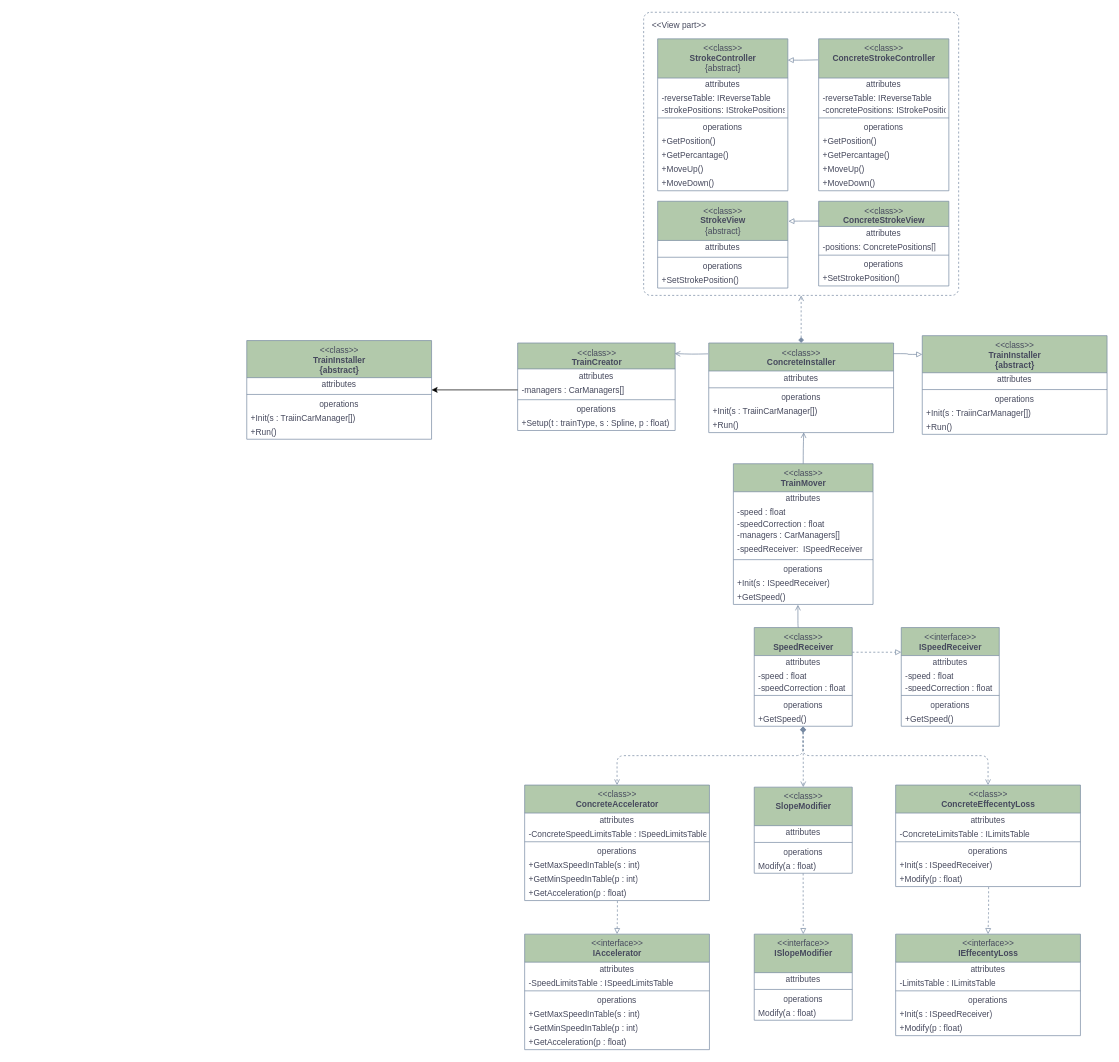
Earlier version of the draw.io diagram UML1.drawio (Artemor31/Files). Source tidied: cells renumbered, new cells numbered last; positions are measured from the earlier drawing's top-left corner, leaving out a move shared by most shapes. Both pictures are drawn from the tidied source at 70%, with x=0, y=0 at pixel (246, 12).
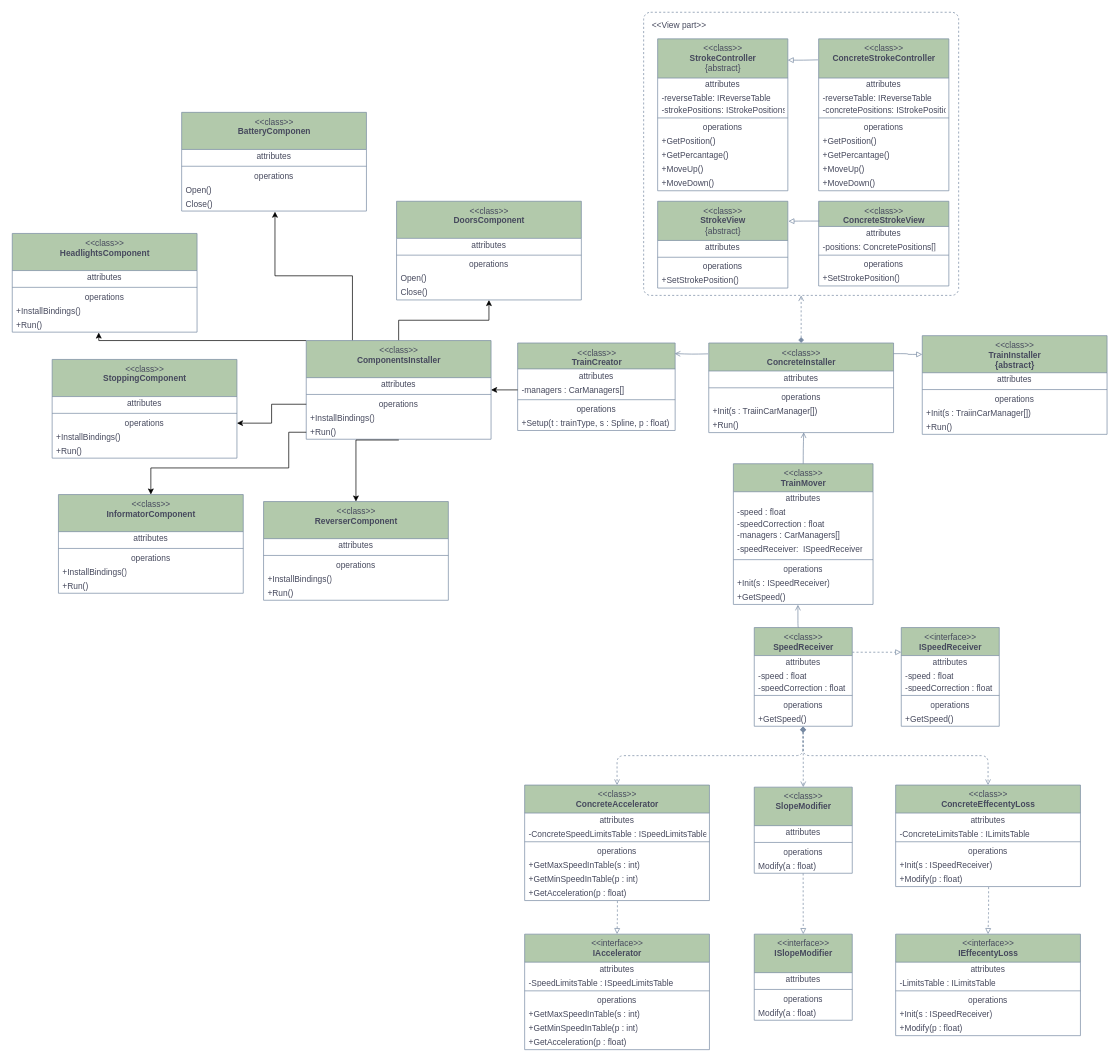
Above is the later version.

The change refers to these unchanged cells:
```xml
<mxCell id="133" value="operations" style="text;html=1;strokeColor=none;fillColor=none;align=center;verticalAlign=middle;spacingLeft=4;spacingRight=4;overflow=hidden;points=[[0,0.5],[1,0.5]];portConstraint=eastwest;fontColor=#46495D;" parent="130" vertex="1">
  <mxGeometry y="81" width="264" height="20" as="geometry" />
</mxCell>
<mxCell id="135" value="+Run()" style="text;html=1;strokeColor=none;fillColor=none;align=left;verticalAlign=middle;spacingLeft=4;spacingRight=4;overflow=hidden;points=[[0,0.5],[1,0.5]];portConstraint=eastwest;fontColor=#46495D;" parent="130" vertex="1">
  <mxGeometry y="121" width="264" height="20" as="geometry" />
</mxCell>
```

Diff of the diagram source:
```diff
@@
+    <mxCell id="137" style="edgeStyle=orthogonalEdgeStyle;rounded=0;jettySize=auto;html=1;exitX=0.5;exitY=0;exitDx=0;exitDy=0;entryX=0.5;entryY=1;entryDx=0;entryDy=0;" parent="1" edge="1" source="130" target="140">
+      <mxGeometry relative="1" as="geometry" />
+    </mxCell>
+    <mxCell id="138" style="edgeStyle=orthogonalEdgeStyle;rounded=0;jettySize=auto;html=1;exitX=0;exitY=0;exitDx=0;exitDy=0;entryX=0.468;entryY=1.026;entryDx=0;entryDy=0;entryPerimeter=0;" parent="1" edge="1" source="130" target="151">
+      <mxGeometry relative="1" as="geometry">
+        <Array as="points">
+          <mxPoint x="-211" y="469" />
+        </Array>
+      </mxGeometry>
+    </mxCell>
+    <mxCell id="139" style="edgeStyle=orthogonalEdgeStyle;rounded=0;jettySize=auto;html=1;exitX=0.25;exitY=0;exitDx=0;exitDy=0;entryX=0.505;entryY=1.043;entryDx=0;entryDy=0;entryPerimeter=0;" parent="1" edge="1" source="130" target="178">
+      <mxGeometry relative="1" as="geometry" />
+    </mxCell>
-    <mxCell id="130" value="&amp;lt;&amp;lt;class&amp;gt;&amp;gt;&lt;br&gt;&lt;b&gt;TrainInstaller&lt;br&gt;{abstract}&lt;br&gt;&lt;/b&gt;" style="swimlane;fontStyle=0;align=center;verticalAlign=top;horizontal=1;startSize=53;html=1;fillColor=#B2C9AB;strokeColor=#788AA3;fontColor=#46495D;" parent="1" vertex="1">
-      <mxGeometry y="469" width="264" height="141" as="geometry" />
+    <mxCell id="130" value="&amp;lt;&amp;lt;class&amp;gt;&amp;gt;&lt;br&gt;&lt;b&gt;ComponentsInstaller&lt;br&gt;&lt;/b&gt;" style="swimlane;fontStyle=0;align=center;verticalAlign=top;horizontal=1;startSize=53;html=1;fillColor=#B2C9AB;strokeColor=#788AA3;fontColor=#46495D;" parent="1" vertex="1">
+      <mxGeometry x="85" y="469" width="264" height="141" as="geometry" />
     </mxCell>
@@
-    <mxCell id="134" value="+Init(s : TraiinCarManager[])" style="text;html=1;strokeColor=none;fillColor=none;align=left;verticalAlign=middle;spacingLeft=4;spacingRight=4;overflow=hidden;fontColor=#46495D;" parent="130" vertex="1">
+    <mxCell id="134" value="+InstallBindings()" style="text;html=1;strokeColor=none;fillColor=none;align=left;verticalAlign=middle;spacingLeft=4;spacingRight=4;overflow=hidden;fontColor=#46495D;" parent="130" vertex="1">
       <mxGeometry y="101" width="264" height="20" as="geometry" />
     </mxCell>
@@
+    <mxCell id="140" value="&amp;lt;&amp;lt;class&amp;gt;&amp;gt;&lt;br&gt;&lt;b&gt;DoorsComponent&lt;br&gt;&lt;/b&gt;" style="swimlane;fontStyle=0;align=center;verticalAlign=top;horizontal=1;startSize=53;html=1;fillColor=#B2C9AB;strokeColor=#788AA3;fontColor=#46495D;" parent="1" vertex="1">
+      <mxGeometry x="214" y="270" width="264" height="141" as="geometry" />
+    </mxCell>
+    <mxCell id="141" value="attributes" style="text;html=1;strokeColor=none;fillColor=none;align=center;verticalAlign=middle;spacingLeft=4;spacingRight=4;overflow=hidden;fontColor=#46495D;" parent="140" vertex="1">
+      <mxGeometry y="53" width="264" height="20" as="geometry" />
+    </mxCell>
+    <mxCell id="142" style="line;strokeWidth=1;fillColor=none;align=left;verticalAlign=middle;spacingTop=-1;spacingLeft=3;spacingRight=3;labelPosition=right;strokeColor=#788AA3;fontColor=#46495D;" parent="140" vertex="1">
+      <mxGeometry y="73" width="264" height="8" as="geometry" />
+    </mxCell>
+    <mxCell id="143" value="operations" style="text;html=1;strokeColor=none;fillColor=none;align=center;verticalAlign=middle;spacingLeft=4;spacingRight=4;overflow=hidden;fontColor=#46495D;" parent="140" vertex="1">
+      <mxGeometry y="81" width="264" height="20" as="geometry" />
+    </mxCell>
+    <mxCell id="144" value="Open()&lt;span style=&quot;white-space: pre;&quot;&gt;&#9;&lt;/span&gt;" style="text;html=1;strokeColor=none;fillColor=none;align=left;verticalAlign=middle;spacingLeft=4;spacingRight=4;overflow=hidden;fontColor=#46495D;" parent="140" vertex="1">
+      <mxGeometry y="101" width="264" height="20" as="geometry" />
+    </mxCell>
+    <mxCell id="145" value="Close()" style="text;html=1;strokeColor=none;fillColor=none;align=left;verticalAlign=middle;spacingLeft=4;spacingRight=4;overflow=hidden;fontColor=#46495D;" parent="140" vertex="1">
+      <mxGeometry y="121" width="264" height="20" as="geometry" />
+    </mxCell>
+    <mxCell id="146" value="&amp;lt;&amp;lt;class&amp;gt;&amp;gt;&lt;br&gt;&lt;b&gt;HeadlightsComponent&lt;br&gt;&lt;/b&gt;" style="swimlane;fontStyle=0;align=center;verticalAlign=top;horizontal=1;startSize=53;html=1;fillColor=#B2C9AB;strokeColor=#788AA3;fontColor=#46495D;" parent="1" vertex="1">
+      <mxGeometry x="-335" y="316" width="264" height="141" as="geometry" />
+    </mxCell>
+    <mxCell id="147" value="attributes" style="text;html=1;strokeColor=none;fillColor=none;align=center;verticalAlign=middle;spacingLeft=4;spacingRight=4;overflow=hidden;fontColor=#46495D;" parent="146" vertex="1">
+      <mxGeometry y="53" width="264" height="20" as="geometry" />
+    </mxCell>
+    <mxCell id="148" style="line;strokeWidth=1;fillColor=none;align=left;verticalAlign=middle;spacingTop=-1;spacingLeft=3;spacingRight=3;labelPosition=right;strokeColor=#788AA3;fontColor=#46495D;" parent="146" vertex="1">
+      <mxGeometry y="73" width="264" height="8" as="geometry" />
+    </mxCell>
+    <mxCell id="149" value="operations" style="text;html=1;strokeColor=none;fillColor=none;align=center;verticalAlign=middle;spacingLeft=4;spacingRight=4;overflow=hidden;fontColor=#46495D;" parent="146" vertex="1">
+      <mxGeometry y="81" width="264" height="20" as="geometry" />
+    </mxCell>
+    <mxCell id="150" value="+InstallBindings()" style="text;html=1;strokeColor=none;fillColor=none;align=left;verticalAlign=middle;spacingLeft=4;spacingRight=4;overflow=hidden;fontColor=#46495D;" parent="146" vertex="1">
+      <mxGeometry y="101" width="264" height="20" as="geometry" />
+    </mxCell>
+    <mxCell id="151" value="+Run()" style="text;html=1;strokeColor=none;fillColor=none;align=left;verticalAlign=middle;spacingLeft=4;spacingRight=4;overflow=hidden;points=[[0,0.5],[1,0.5]];portConstraint=eastwest;fontColor=#46495D;" parent="146" vertex="1">
+      <mxGeometry y="121" width="264" height="20" as="geometry" />
+    </mxCell>
+    <mxCell id="152" value="&amp;lt;&amp;lt;class&amp;gt;&amp;gt;&lt;br&gt;&lt;b&gt;StoppingComponent&lt;br&gt;&lt;/b&gt;" style="swimlane;fontStyle=0;align=center;verticalAlign=top;horizontal=1;startSize=53;html=1;fillColor=#B2C9AB;strokeColor=#788AA3;fontColor=#46495D;" parent="1" vertex="1">
+      <mxGeometry x="-278" y="496" width="264" height="141" as="geometry" />
+    </mxCell>
+    <mxCell id="153" value="attributes" style="text;html=1;strokeColor=none;fillColor=none;align=center;verticalAlign=middle;spacingLeft=4;spacingRight=4;overflow=hidden;fontColor=#46495D;" parent="152" vertex="1">
+      <mxGeometry y="53" width="264" height="20" as="geometry" />
+    </mxCell>
+    <mxCell id="154" style="line;strokeWidth=1;fillColor=none;align=left;verticalAlign=middle;spacingTop=-1;spacingLeft=3;spacingRight=3;labelPosition=right;strokeColor=#788AA3;fontColor=#46495D;" parent="152" vertex="1">
+      <mxGeometry y="73" width="264" height="8" as="geometry" />
+    </mxCell>
+    <mxCell id="155" value="operations" style="text;html=1;strokeColor=none;fillColor=none;align=center;verticalAlign=middle;spacingLeft=4;spacingRight=4;overflow=hidden;points=[[0,0.5],[1,0.5]];portConstraint=eastwest;fontColor=#46495D;" parent="152" vertex="1">
+      <mxGeometry y="81" width="264" height="20" as="geometry" />
+    </mxCell>
+    <mxCell id="156" value="+InstallBindings()" style="text;html=1;strokeColor=none;fillColor=none;align=left;verticalAlign=middle;spacingLeft=4;spacingRight=4;overflow=hidden;fontColor=#46495D;" parent="152" vertex="1">
+      <mxGeometry y="101" width="264" height="20" as="geometry" />
+    </mxCell>
+    <mxCell id="157" value="+Run()" style="text;html=1;strokeColor=none;fillColor=none;align=left;verticalAlign=middle;spacingLeft=4;spacingRight=4;overflow=hidden;fontColor=#46495D;" parent="152" vertex="1">
+      <mxGeometry y="121" width="264" height="20" as="geometry" />
+    </mxCell>
+    <mxCell id="158" value="&amp;lt;&amp;lt;class&amp;gt;&amp;gt;&lt;br&gt;&lt;b&gt;ReverserComponent&lt;br&gt;&lt;/b&gt;" style="swimlane;fontStyle=0;align=center;verticalAlign=top;horizontal=1;startSize=53;html=1;fillColor=#B2C9AB;strokeColor=#788AA3;fontColor=#46495D;" parent="1" vertex="1">
+      <mxGeometry x="24" y="699" width="264" height="141" as="geometry" />
+    </mxCell>
+    <mxCell id="159" value="attributes" style="text;html=1;strokeColor=none;fillColor=none;align=center;verticalAlign=middle;spacingLeft=4;spacingRight=4;overflow=hidden;fontColor=#46495D;" parent="158" vertex="1">
+      <mxGeometry y="53" width="264" height="20" as="geometry" />
+    </mxCell>
+    <mxCell id="160" style="line;strokeWidth=1;fillColor=none;align=left;verticalAlign=middle;spacingTop=-1;spacingLeft=3;spacingRight=3;labelPosition=right;strokeColor=#788AA3;fontColor=#46495D;" parent="158" vertex="1">
+      <mxGeometry y="73" width="264" height="8" as="geometry" />
+    </mxCell>
+    <mxCell id="161" value="operations" style="text;html=1;strokeColor=none;fillColor=none;align=center;verticalAlign=middle;spacingLeft=4;spacingRight=4;overflow=hidden;fontColor=#46495D;" parent="158" vertex="1">
+      <mxGeometry y="81" width="264" height="20" as="geometry" />
+    </mxCell>
+    <mxCell id="162" value="+InstallBindings()" style="text;html=1;strokeColor=none;fillColor=none;align=left;verticalAlign=middle;spacingLeft=4;spacingRight=4;overflow=hidden;fontColor=#46495D;" parent="158" vertex="1">
+      <mxGeometry y="101" width="264" height="20" as="geometry" />
+    </mxCell>
+    <mxCell id="163" value="+Run()" style="text;html=1;strokeColor=none;fillColor=none;align=left;verticalAlign=middle;spacingLeft=4;spacingRight=4;overflow=hidden;fontColor=#46495D;" parent="158" vertex="1">
+      <mxGeometry y="121" width="264" height="20" as="geometry" />
+    </mxCell>
+    <mxCell id="164" style="edgeStyle=orthogonalEdgeStyle;rounded=0;jettySize=auto;html=1;exitX=0;exitY=0.5;exitDx=0;exitDy=0;entryX=1;entryY=0.5;entryDx=0;entryDy=0;" parent="1" edge="1" source="133" target="155">
+      <mxGeometry relative="1" as="geometry" />
+    </mxCell>
+    <mxCell id="165" style="edgeStyle=orthogonalEdgeStyle;rounded=0;jettySize=auto;html=1;exitX=0.501;exitY=1.055;exitDx=0;exitDy=0;entryX=0.5;entryY=0;entryDx=0;entryDy=0;exitPerimeter=0;" parent="1" edge="1" source="135" target="158">
+      <mxGeometry relative="1" as="geometry">
+        <Array as="points">
+          <mxPoint x="156" y="611" />
+          <mxPoint x="156" y="694" />
+        </Array>
+      </mxGeometry>
+    </mxCell>
+    <mxCell id="166" value="&amp;lt;&amp;lt;class&amp;gt;&amp;gt;&lt;br&gt;&lt;b&gt;InformatorComponent&lt;br&gt;&lt;/b&gt;" style="swimlane;fontStyle=0;align=center;verticalAlign=top;horizontal=1;startSize=53;html=1;fillColor=#B2C9AB;strokeColor=#788AA3;fontColor=#46495D;" parent="1" vertex="1">
+      <mxGeometry x="-269" y="689" width="264" height="141" as="geometry" />
+    </mxCell>
+    <mxCell id="167" value="attributes" style="text;html=1;strokeColor=none;fillColor=none;align=center;verticalAlign=middle;spacingLeft=4;spacingRight=4;overflow=hidden;fontColor=#46495D;" parent="166" vertex="1">
+      <mxGeometry y="53" width="264" height="20" as="geometry" />
+    </mxCell>
+    <mxCell id="168" style="line;strokeWidth=1;fillColor=none;align=left;verticalAlign=middle;spacingTop=-1;spacingLeft=3;spacingRight=3;labelPosition=right;strokeColor=#788AA3;fontColor=#46495D;" parent="166" vertex="1">
+      <mxGeometry y="73" width="264" height="8" as="geometry" />
+    </mxCell>
+    <mxCell id="169" value="operations" style="text;html=1;strokeColor=none;fillColor=none;align=center;verticalAlign=middle;spacingLeft=4;spacingRight=4;overflow=hidden;fontColor=#46495D;" parent="166" vertex="1">
+      <mxGeometry y="81" width="264" height="20" as="geometry" />
+    </mxCell>
+    <mxCell id="170" value="+InstallBindings()" style="text;html=1;strokeColor=none;fillColor=none;align=left;verticalAlign=middle;spacingLeft=4;spacingRight=4;overflow=hidden;fontColor=#46495D;" parent="166" vertex="1">
+      <mxGeometry y="101" width="264" height="20" as="geometry" />
+    </mxCell>
+    <mxCell id="171" value="+Run()" style="text;html=1;strokeColor=none;fillColor=none;align=left;verticalAlign=middle;spacingLeft=4;spacingRight=4;overflow=hidden;fontColor=#46495D;" parent="166" vertex="1">
+      <mxGeometry y="121" width="264" height="20" as="geometry" />
+    </mxCell>
+    <mxCell id="172" style="edgeStyle=orthogonalEdgeStyle;rounded=0;jettySize=auto;html=1;exitX=0;exitY=0.5;exitDx=0;exitDy=0;entryX=0.5;entryY=0;entryDx=0;entryDy=0;" parent="1" edge="1" source="135" target="166">
+      <mxGeometry relative="1" as="geometry">
+        <Array as="points">
+          <mxPoint x="60" y="600" />
+          <mxPoint x="60" y="651" />
+          <mxPoint x="-137" y="651" />
+        </Array>
+      </mxGeometry>
+    </mxCell>
+    <mxCell id="173" value="&amp;lt;&amp;lt;class&amp;gt;&amp;gt;&lt;br&gt;&lt;b&gt;BatteryComponen&lt;br&gt;&lt;br&gt;&lt;/b&gt;" style="swimlane;fontStyle=0;align=center;verticalAlign=top;horizontal=1;startSize=53;html=1;fillColor=#B2C9AB;strokeColor=#788AA3;fontColor=#46495D;" parent="1" vertex="1">
+      <mxGeometry x="-93" y="143" width="264" height="141" as="geometry" />
+    </mxCell>
+    <mxCell id="174" value="attributes" style="text;html=1;strokeColor=none;fillColor=none;align=center;verticalAlign=middle;spacingLeft=4;spacingRight=4;overflow=hidden;fontColor=#46495D;" parent="173" vertex="1">
+      <mxGeometry y="53" width="264" height="20" as="geometry" />
+    </mxCell>
+    <mxCell id="175" style="line;strokeWidth=1;fillColor=none;align=left;verticalAlign=middle;spacingTop=-1;spacingLeft=3;spacingRight=3;labelPosition=right;strokeColor=#788AA3;fontColor=#46495D;" parent="173" vertex="1">
+      <mxGeometry y="73" width="264" height="8" as="geometry" />
+    </mxCell>
+    <mxCell id="176" value="operations" style="text;html=1;strokeColor=none;fillColor=none;align=center;verticalAlign=middle;spacingLeft=4;spacingRight=4;overflow=hidden;fontColor=#46495D;" parent="173" vertex="1">
+      <mxGeometry y="81" width="264" height="20" as="geometry" />
+    </mxCell>
+    <mxCell id="177" value="Open()&lt;span style=&quot;white-space: pre;&quot;&gt;&#9;&lt;/span&gt;" style="text;html=1;strokeColor=none;fillColor=none;align=left;verticalAlign=middle;spacingLeft=4;spacingRight=4;overflow=hidden;fontColor=#46495D;" parent="173" vertex="1">
+      <mxGeometry y="101" width="264" height="20" as="geometry" />
+    </mxCell>
+    <mxCell id="178" value="Close()" style="text;html=1;strokeColor=none;fillColor=none;align=left;verticalAlign=middle;spacingLeft=4;spacingRight=4;overflow=hidden;points=[[0,0.5],[1,0.5]];portConstraint=eastwest;fontColor=#46495D;" parent="173" vertex="1">
+      <mxGeometry y="121" width="264" height="20" as="geometry" />
+    </mxCell>
```
